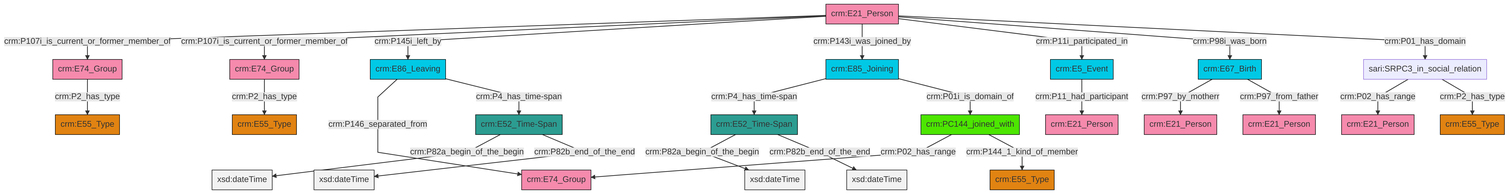
Before: et/personCSV/ttl/mmd/png/Person_Actor_Relations.png, a diagram exported from Mermaid (swiss-art-research-net/docs.swissartresearch). Its source is kept beside it as et/personCSV/ttl/mmd/Person_Actor_Relations.ttl.mmd.
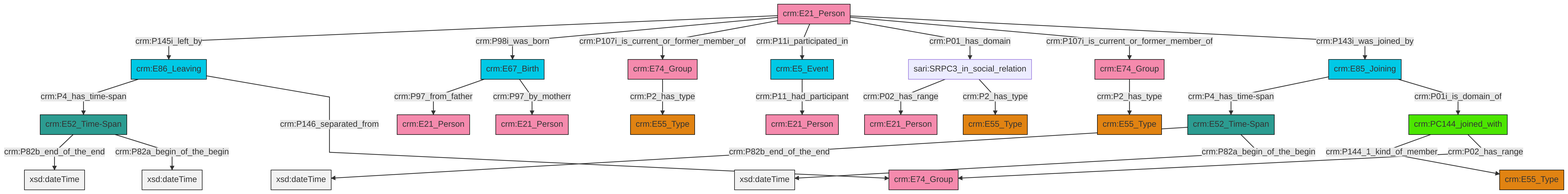
Above is the later version.

What changed in the source:
```diff
@@ -13,27 +13,27 @@
 classDef PC_Classes fill:#4ce600, stroke:#000000;
 classDef Multi fill:#cccccc,stroke:#000000;
 
-2["crm:E52_Time-Span"]:::Time-Span -->|crm:P82a_begin_of_the_begin| 3[xsd:dateTime]:::Literal
-6["crm:E21_Person"]:::Actor -->|crm:P107i_is_current_or_former_member_of| 0["crm:E74_Group"]:::Actor
-4["crm:E52_Time-Span"]:::Time-Span -->|crm:P82a_begin_of_the_begin| 7[xsd:dateTime]:::Literal
-2["crm:E52_Time-Span"]:::Time-Span -->|crm:P82b_end_of_the_end| 8[xsd:dateTime]:::Literal
-6["crm:E21_Person"]:::Actor -->|crm:P107i_is_current_or_former_member_of| 9["crm:E74_Group"]:::Actor
-12["sari:SRPC3_in_social_relation"]:::Default -->|crm:P02_has_range| 10["crm:E21_Person"]:::Actor
-13["crm:E67_Birth"]:::Temporal_Entity -->|crm:P97_by_motherr| 14["crm:E21_Person"]:::Actor
-6["crm:E21_Person"]:::Actor -->|crm:P145i_left_by| 15["crm:E86_Leaving"]:::Temporal_Entity
-13["crm:E67_Birth"]:::Temporal_Entity -->|crm:P97_from_father| 16["crm:E21_Person"]:::Actor
-19["crm:PC144_joined_with"]:::PC_Classes -->|crm:P02_has_range| 20["crm:E74_Group"]:::Actor
-6["crm:E21_Person"]:::Actor -->|crm:P143i_was_joined_by| 22["crm:E85_Joining"]:::Temporal_Entity
-19["crm:PC144_joined_with"]:::PC_Classes -->|crm:P144_1_kind_of_member| 26["crm:E55_Type"]:::Type
-15["crm:E86_Leaving"]:::Temporal_Entity -->|crm:P146_separated_from| 20["crm:E74_Group"]:::Actor
-32["crm:E5_Event"]:::Temporal_Entity -->|crm:P11_had_participant| 23["crm:E21_Person"]:::Actor
-6["crm:E21_Person"]:::Actor -->|crm:P11i_participated_in| 32["crm:E5_Event"]:::Temporal_Entity
-0["crm:E74_Group"]:::Actor -->|crm:P2_has_type| 28["crm:E55_Type"]:::Type
-6["crm:E21_Person"]:::Actor -->|crm:P98i_was_born| 13["crm:E67_Birth"]:::Temporal_Entity
-22["crm:E85_Joining"]:::Temporal_Entity -->|crm:P4_has_time-span| 4["crm:E52_Time-Span"]:::Time-Span
-9["crm:E74_Group"]:::Actor -->|crm:P2_has_type| 17["crm:E55_Type"]:::Type
-15["crm:E86_Leaving"]:::Temporal_Entity -->|crm:P4_has_time-span| 2["crm:E52_Time-Span"]:::Time-Span
-12["sari:SRPC3_in_social_relation"]:::Default -->|crm:P2_has_type| 37["crm:E55_Type"]:::Type
-6["crm:E21_Person"]:::Actor -->|crm:P01_has_domain| 12["sari:SRPC3_in_social_relation"]:::Default
-22["crm:E85_Joining"]:::Temporal_Entity -->|crm:P01i_is_domain_of| 19["crm:PC144_joined_with"]:::PC_Classes
-4["crm:E52_Time-Span"]:::Time-Span -->|crm:P82b_end_of_the_end| 46[xsd:dateTime]:::Literal
+2["crm:E52_Time-Span"]:::Time-Span -->|crm:P82b_end_of_the_end| 3[xsd:dateTime]:::Literal
+2["crm:E52_Time-Span"]:::Time-Span -->|crm:P82a_begin_of_the_begin| 4[xsd:dateTime]:::Literal
+7["crm:E74_Group"]:::Actor -->|crm:P2_has_type| 8["crm:E55_Type"]:::Type
+11["crm:PC144_joined_with"]:::PC_Classes -->|crm:P144_1_kind_of_member| 12["crm:E55_Type"]:::Type
+5["crm:E86_Leaving"]:::Temporal_Entity -->|crm:P4_has_time-span| 13["crm:E52_Time-Span"]:::Time-Span
+20["crm:E21_Person"]:::Actor -->|crm:P145i_left_by| 5["crm:E86_Leaving"]:::Temporal_Entity
+16["sari:SRPC3_in_social_relation"]:::Default -->|crm:P02_has_range| 14["crm:E21_Person"]:::Actor
+16["sari:SRPC3_in_social_relation"]:::Default -->|crm:P2_has_type| 29["crm:E55_Type"]:::Type
+20["crm:E21_Person"]:::Actor -->|crm:P98i_was_born| 22["crm:E67_Birth"]:::Temporal_Entity
+20["crm:E21_Person"]:::Actor -->|crm:P107i_is_current_or_former_member_of| 7["crm:E74_Group"]:::Actor
+22["crm:E67_Birth"]:::Temporal_Entity -->|crm:P97_from_father| 34["crm:E21_Person"]:::Actor
+20["crm:E21_Person"]:::Actor -->|crm:P11i_participated_in| 9["crm:E5_Event"]:::Temporal_Entity
+13["crm:E52_Time-Span"]:::Time-Span -->|crm:P82b_end_of_the_end| 35[xsd:dateTime]:::Literal
+13["crm:E52_Time-Span"]:::Time-Span -->|crm:P82a_begin_of_the_begin| 36[xsd:dateTime]:::Literal
+9["crm:E5_Event"]:::Temporal_Entity -->|crm:P11_had_participant| 0["crm:E21_Person"]:::Actor
+22["crm:E67_Birth"]:::Temporal_Entity -->|crm:P97_by_motherr| 39["crm:E21_Person"]:::Actor
+37["crm:E85_Joining"]:::Temporal_Entity -->|crm:P4_has_time-span| 2["crm:E52_Time-Span"]:::Time-Span
+5["crm:E86_Leaving"]:::Temporal_Entity -->|crm:P146_separated_from| 40["crm:E74_Group"]:::Actor
+24["crm:E74_Group"]:::Actor -->|crm:P2_has_type| 26["crm:E55_Type"]:::Type
+20["crm:E21_Person"]:::Actor -->|crm:P01_has_domain| 16["sari:SRPC3_in_social_relation"]:::Default
+20["crm:E21_Person"]:::Actor -->|crm:P107i_is_current_or_former_member_of| 24["crm:E74_Group"]:::Actor
+37["crm:E85_Joining"]:::Temporal_Entity -->|crm:P01i_is_domain_of| 11["crm:PC144_joined_with"]:::PC_Classes
+11["crm:PC144_joined_with"]:::PC_Classes -->|crm:P02_has_range| 40["crm:E74_Group"]:::Actor
+20["crm:E21_Person"]:::Actor -->|crm:P143i_was_joined_by| 37["crm:E85_Joining"]:::Temporal_Entity
```
